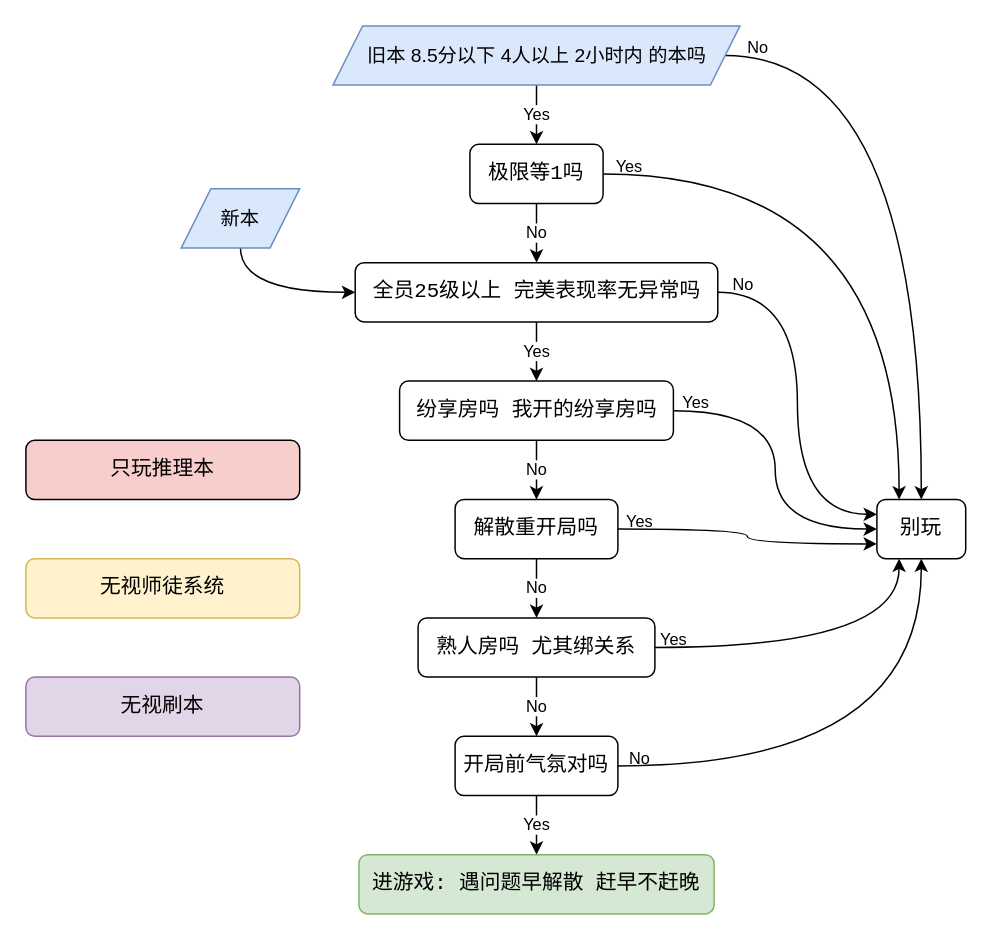
The draw.io diagram 百变打本想有好体验的注意点.drawio in luboq/draw.io, before the edit. Source tidied: cells renumbered, new cells numbered last; positions are measured from the earlier drawing's top-left corner, leaving out a move shared by most shapes. Both pictures are drawn from the tidied source at 148%, with x=0, y=0 at pixel (25, 25).
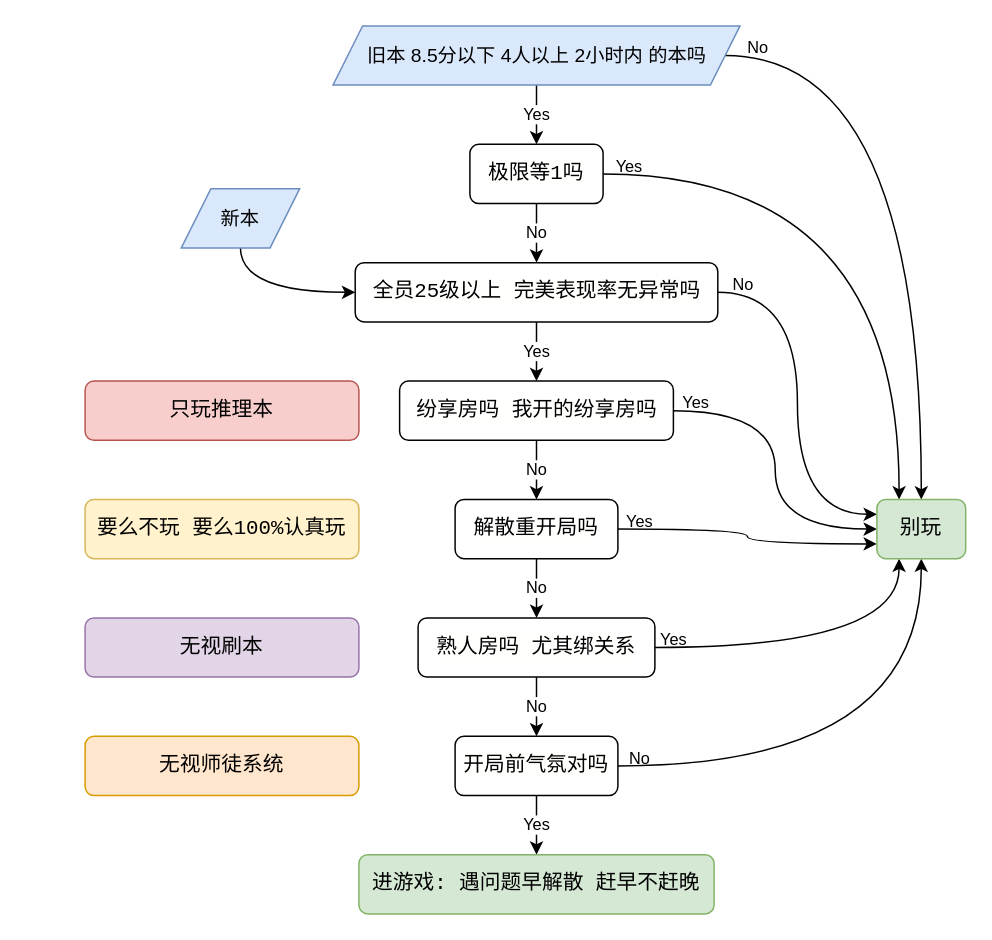
Above is the later version.

Commit message (it also covers changes not shown here):
更新百变打本想有好体验的注意点.drawio

What changed in the source:
```diff
@@
-    <mxCell id="26" value="&lt;div style=&quot;background-color: rgb(255, 255, 254); font-family: Consolas, &amp;quot;Courier New&amp;quot;, monospace; font-size: 14px; line-height: 19px;&quot;&gt;别玩&lt;/div&gt;" style="rounded=1;whiteSpace=wrap;html=1;fontSize=12;glass=0;strokeWidth=1;shadow=0;" parent="1" vertex="1">
+    <mxCell id="26" value="&lt;div style=&quot;font-family: Consolas, &amp;quot;Courier New&amp;quot;, monospace; font-size: 14px; line-height: 19px;&quot;&gt;别玩&lt;/div&gt;" style="rounded=1;whiteSpace=wrap;html=1;fontSize=12;glass=0;strokeWidth=1;shadow=0;fillColor=#d5e8d4;strokeColor=#82b366;labelBackgroundColor=none;" parent="1" vertex="1">
       <mxGeometry x="575" y="320" width="60" height="40" as="geometry" />
     </mxCell>
@@
-    <mxCell id="34" value="&lt;div style=&quot;font-family: Consolas, &amp;quot;Courier New&amp;quot;, monospace; font-size: 14px; line-height: 19px;&quot;&gt;只玩推理本&lt;/div&gt;" style="rounded=1;whiteSpace=wrap;html=1;fontSize=12;glass=0;strokeWidth=1;shadow=0;fillColor=#f8cecc;strokeColor=default;labelBackgroundColor=none;labelBorderColor=none;" parent="1" vertex="1">
-      <mxGeometry y="280" width="185" height="40" as="geometry" />
-    </mxCell>
-    <mxCell id="35" value="&lt;div style=&quot;font-family: Consolas, &amp;quot;Courier New&amp;quot;, monospace; font-size: 14px; line-height: 19px;&quot;&gt;无视师徒系统&lt;/div&gt;" style="rounded=1;whiteSpace=wrap;html=1;fontSize=12;glass=0;strokeWidth=1;shadow=0;fillColor=#fff2cc;strokeColor=#d6b656;labelBackgroundColor=none;labelBorderColor=none;" parent="1" vertex="1">
-      <mxGeometry y="360" width="185" height="40" as="geometry" />
+    <mxCell id="35" value="&lt;div style=&quot;line-height: 19px; font-size: 14px; font-family: Consolas, &amp;quot;Courier New&amp;quot;, monospace;&quot;&gt;&lt;font face=&quot;Consolas, Courier New, monospace&quot;&gt;要么不玩 要么100%认真玩&lt;/font&gt;&lt;br&gt;&lt;/div&gt;" style="rounded=1;whiteSpace=wrap;html=1;fontSize=12;glass=0;strokeWidth=1;shadow=0;fillColor=#fff2cc;strokeColor=#d6b656;labelBackgroundColor=none;labelBorderColor=none;" parent="1" vertex="1">
+      <mxGeometry x="40" y="320" width="185" height="40" as="geometry" />
     </mxCell>
     <mxCell id="36" value="&lt;div style=&quot;font-family: Consolas, &amp;quot;Courier New&amp;quot;, monospace; font-size: 14px; line-height: 19px;&quot;&gt;无视刷本&lt;/div&gt;" style="rounded=1;whiteSpace=wrap;html=1;fontSize=12;glass=0;strokeWidth=1;shadow=0;fillColor=#e1d5e7;strokeColor=#9673a6;labelBackgroundColor=none;labelBorderColor=none;" parent="1" vertex="1">
-      <mxGeometry y="440" width="185" height="40" as="geometry" />
+      <mxGeometry x="40" y="400" width="185" height="40" as="geometry" />
     </mxCell>
+    <mxCell id="37" value="&lt;div style=&quot;font-family: Consolas, &amp;quot;Courier New&amp;quot;, monospace; font-size: 14px; line-height: 19px;&quot;&gt;无视师徒系统&lt;br&gt;&lt;/div&gt;" style="rounded=1;whiteSpace=wrap;html=1;fontSize=12;glass=0;strokeWidth=1;shadow=0;fillColor=#ffe6cc;strokeColor=#d79b00;labelBackgroundColor=none;labelBorderColor=none;" parent="1" vertex="1">
+      <mxGeometry x="40" y="480" width="185" height="40" as="geometry" />
+    </mxCell>
+    <mxCell id="34" value="&lt;div style=&quot;line-height: 19px; font-size: 14px; font-family: Consolas, &amp;quot;Courier New&amp;quot;, monospace;&quot;&gt;&lt;font face=&quot;Consolas, Courier New, monospace&quot;&gt;只玩推理本&lt;/font&gt;&lt;br&gt;&lt;/div&gt;" style="rounded=1;whiteSpace=wrap;html=1;fontSize=12;glass=0;strokeWidth=1;shadow=0;fillColor=#f8cecc;strokeColor=#b85450;labelBackgroundColor=none;labelBorderColor=none;" parent="1" vertex="1">
+      <mxGeometry x="40" y="240" width="185" height="40" as="geometry" />
+    </mxCell>
```
